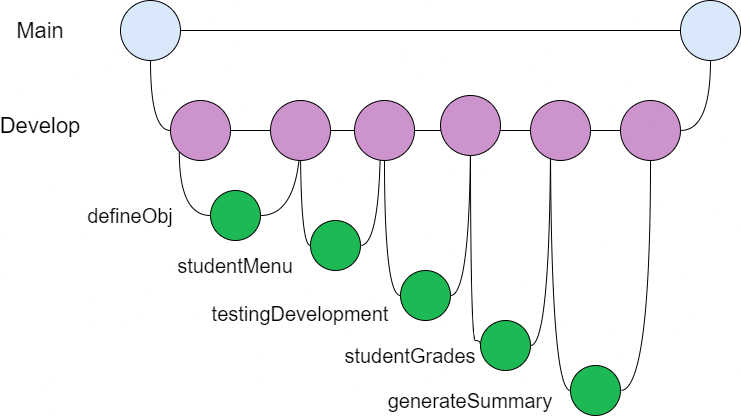
This is images/projectGitflow.png from jamiepowerTUD/DemoSoftwareQuality, a draw.io export, as it was before one commit. Source tidied: cells renumbered, new cells last; positions are measured from the earlier drawing's top-left corner, leaving out a move shared by most shapes. Its diagram source:
```xml
<mxGraphModel>
  <root>
    <mxCell id="0" />
    <mxCell id="1" parent="0" />
    <mxCell id="2" style="edgeStyle=orthogonalEdgeStyle;rounded=0;jettySize=auto;html=1;exitX=1;exitY=0.5;exitDx=0;exitDy=0;entryX=0;entryY=0.5;entryDx=0;entryDy=0;endArrow=none;endFill=0;" parent="1" edge="1" source="4" target="5">
      <mxGeometry relative="1" as="geometry" />
    </mxCell>
    <mxCell id="3" style="edgeStyle=orthogonalEdgeStyle;rounded=0;jettySize=auto;html=1;exitX=0.5;exitY=1;exitDx=0;exitDy=0;entryX=0;entryY=0.5;entryDx=0;entryDy=0;endArrow=none;endFill=0;curved=1;" parent="1" edge="1" source="4" target="8">
      <mxGeometry relative="1" as="geometry" />
    </mxCell>
    <mxCell id="4" style="ellipse;whiteSpace=wrap;html=1;fillColor=#dae8fc;" parent="1" vertex="1">
      <mxGeometry x="120" width="60" height="60" as="geometry" />
    </mxCell>
    <mxCell id="5" style="ellipse;whiteSpace=wrap;html=1;fillColor=#dae8fc;" parent="1" vertex="1">
      <mxGeometry x="680" width="60" height="60" as="geometry" />
    </mxCell>
    <mxCell id="6" style="edgeStyle=orthogonalEdgeStyle;curved=1;rounded=0;jettySize=auto;html=1;exitX=1;exitY=0.5;exitDx=0;exitDy=0;entryX=0;entryY=0.5;entryDx=0;entryDy=0;endArrow=none;endFill=0;startArrow=none;" parent="1" edge="1" source="35" target="10">
      <mxGeometry relative="1" as="geometry" />
    </mxCell>
    <mxCell id="7" style="edgeStyle=orthogonalEdgeStyle;curved=1;rounded=0;jettySize=auto;html=1;exitX=0;exitY=1;exitDx=0;exitDy=0;entryX=0;entryY=0.5;entryDx=0;entryDy=0;fontFamily=Helvetica;endArrow=none;endFill=0;strokeColor=#000000;" parent="1" edge="1" source="8" target="12">
      <mxGeometry relative="1" as="geometry" />
    </mxCell>
    <mxCell id="8" style="ellipse;whiteSpace=wrap;html=1;fillColor=#CC93CC;" parent="1" vertex="1">
      <mxGeometry x="170" y="100" width="60" height="60" as="geometry" />
    </mxCell>
    <mxCell id="9" style="edgeStyle=orthogonalEdgeStyle;curved=1;rounded=0;jettySize=auto;html=1;exitX=1;exitY=0.5;exitDx=0;exitDy=0;entryX=0.5;entryY=1;entryDx=0;entryDy=0;endArrow=none;endFill=0;strokeColor=#000000;" parent="1" edge="1" source="10" target="5">
      <mxGeometry relative="1" as="geometry" />
    </mxCell>
    <mxCell id="10" style="ellipse;whiteSpace=wrap;html=1;fillColor=#CC93CC;" parent="1" vertex="1">
      <mxGeometry x="620" y="100" width="60" height="60" as="geometry" />
    </mxCell>
    <mxCell id="11" style="edgeStyle=orthogonalEdgeStyle;curved=1;rounded=0;jettySize=auto;html=1;exitX=1;exitY=0.5;exitDx=0;exitDy=0;fontFamily=Helvetica;endArrow=none;endFill=0;strokeColor=#000000;" parent="1" edge="1" source="12">
      <mxGeometry relative="1" as="geometry">
        <mxPoint x="300" y="130" as="targetPoint" />
      </mxGeometry>
    </mxCell>
    <mxCell id="12" style="ellipse;whiteSpace=wrap;html=1;fillColor=#1DB954;" parent="1" vertex="1">
      <mxGeometry x="210" y="190" width="50" height="50" as="geometry" />
    </mxCell>
    <mxCell id="13" value="&lt;font style=&quot;font-size: 22px&quot;&gt;&lt;span style=&quot;font-weight: normal&quot;&gt;Main&lt;/span&gt;&lt;/font&gt;" style="text;html=1;strokeColor=none;fillColor=none;align=center;verticalAlign=middle;whiteSpace=wrap;rounded=0;fontFamily=Helvetica;fontStyle=1;" parent="1" vertex="1">
      <mxGeometry y="15" width="80" height="30" as="geometry" />
    </mxCell>
    <mxCell id="14" value="&lt;font style=&quot;font-size: 22px&quot;&gt;&lt;span style=&quot;font-weight: normal&quot;&gt;Develop&lt;/span&gt;&lt;/font&gt;" style="text;html=1;strokeColor=none;fillColor=none;align=center;verticalAlign=middle;whiteSpace=wrap;rounded=0;fontFamily=Helvetica;fontStyle=1;" parent="1" vertex="1">
      <mxGeometry y="110" width="80" height="30" as="geometry" />
    </mxCell>
    <mxCell id="15" value="&lt;font size=&quot;1&quot;&gt;&lt;span style=&quot;font-weight: normal ; font-size: 20px&quot;&gt;defineObj&lt;/span&gt;&lt;/font&gt;" style="text;html=1;strokeColor=none;align=center;verticalAlign=middle;whiteSpace=wrap;rounded=0;fontFamily=Helvetica;fontStyle=1;" parent="1" vertex="1">
      <mxGeometry x="90" y="200" width="80" height="30" as="geometry" />
    </mxCell>
    <mxCell id="16" value="&lt;font size=&quot;1&quot;&gt;&lt;span style=&quot;font-weight: normal ; font-size: 20px&quot;&gt;studentMenu&lt;/span&gt;&lt;/font&gt;" style="text;html=1;strokeColor=none;align=center;verticalAlign=middle;whiteSpace=wrap;rounded=0;fontFamily=Helvetica;fontStyle=1;" parent="1" vertex="1">
      <mxGeometry x="195" y="250" width="80" height="30" as="geometry" />
    </mxCell>
    <mxCell id="17" style="edgeStyle=orthogonalEdgeStyle;curved=1;rounded=0;jettySize=auto;html=1;exitX=1;exitY=0.5;exitDx=0;exitDy=0;fontFamily=Helvetica;endArrow=none;endFill=0;strokeColor=#000000;" parent="1" edge="1" source="19">
      <mxGeometry relative="1" as="geometry">
        <mxPoint x="380" y="130" as="targetPoint" />
      </mxGeometry>
    </mxCell>
    <mxCell id="18" style="edgeStyle=orthogonalEdgeStyle;curved=1;rounded=0;jettySize=auto;html=1;exitX=0;exitY=0.5;exitDx=0;exitDy=0;fontFamily=Helvetica;fontSize=21;endArrow=none;endFill=0;strokeColor=#000000;" parent="1" edge="1" source="19">
      <mxGeometry relative="1" as="geometry">
        <mxPoint x="300" y="140" as="targetPoint" />
        <Array as="points">
          <mxPoint x="300" y="245" />
        </Array>
      </mxGeometry>
    </mxCell>
    <mxCell id="19" style="ellipse;whiteSpace=wrap;html=1;fillColor=#1DB954;" parent="1" vertex="1">
      <mxGeometry x="310" y="220" width="50" height="50" as="geometry" />
    </mxCell>
    <mxCell id="20" style="edgeStyle=orthogonalEdgeStyle;curved=1;rounded=0;jettySize=auto;html=1;exitX=0;exitY=0.5;exitDx=0;exitDy=0;fontFamily=Helvetica;fontSize=21;endArrow=none;endFill=0;strokeColor=#000000;startArrow=none;" parent="1" edge="1" source="38">
      <mxGeometry relative="1" as="geometry">
        <mxPoint x="380" y="130" as="targetPoint" />
      </mxGeometry>
    </mxCell>
    <mxCell id="21" style="edgeStyle=orthogonalEdgeStyle;curved=1;rounded=0;jettySize=auto;html=1;exitX=1;exitY=0.5;exitDx=0;exitDy=0;fontFamily=Helvetica;fontSize=21;endArrow=none;endFill=0;strokeColor=#000000;" parent="1" edge="1" source="22">
      <mxGeometry relative="1" as="geometry">
        <mxPoint x="470" y="130" as="targetPoint" />
      </mxGeometry>
    </mxCell>
    <mxCell id="22" style="ellipse;whiteSpace=wrap;html=1;fillColor=#1DB954;" parent="1" vertex="1">
      <mxGeometry x="400" y="270" width="50" height="50" as="geometry" />
    </mxCell>
    <mxCell id="23" value="&lt;font style=&quot;font-size: 20px&quot;&gt;&lt;span style=&quot;font-weight: normal&quot;&gt;testingDevelopment&lt;br&gt;&lt;br&gt;&lt;/span&gt;&lt;/font&gt;" style="text;html=1;strokeColor=none;align=center;verticalAlign=middle;whiteSpace=wrap;rounded=0;fontFamily=Helvetica;fontStyle=1;fontSize=21;" parent="1" vertex="1">
      <mxGeometry x="260" y="310" width="80" height="30" as="geometry" />
    </mxCell>
    <mxCell id="24" style="edgeStyle=orthogonalEdgeStyle;curved=1;rounded=0;jettySize=auto;html=1;exitX=0;exitY=0.5;exitDx=0;exitDy=0;fontFamily=Helvetica;fontSize=21;endArrow=none;endFill=0;strokeColor=#000000;" parent="1" edge="1" source="26">
      <mxGeometry relative="1" as="geometry">
        <mxPoint x="470" y="140" as="targetPoint" />
        <Array as="points">
          <mxPoint x="470" y="340" />
        </Array>
      </mxGeometry>
    </mxCell>
    <mxCell id="25" style="edgeStyle=orthogonalEdgeStyle;curved=1;rounded=0;jettySize=auto;html=1;exitX=1;exitY=0.5;exitDx=0;exitDy=0;fontFamily=Helvetica;fontSize=21;endArrow=none;endFill=0;strokeColor=#000000;" parent="1" edge="1" source="26">
      <mxGeometry relative="1" as="geometry">
        <mxPoint x="550" y="130" as="targetPoint" />
      </mxGeometry>
    </mxCell>
    <mxCell id="26" style="ellipse;whiteSpace=wrap;html=1;fillColor=#1DB954;" parent="1" vertex="1">
      <mxGeometry x="480" y="320" width="50" height="50" as="geometry" />
    </mxCell>
    <mxCell id="27" value="&lt;font&gt;&lt;span style=&quot;font-weight: 400&quot;&gt;&lt;font style=&quot;font-size: 20px&quot;&gt;studentGrades&lt;/font&gt;&lt;/span&gt;&lt;br style=&quot;font-weight: 400&quot;&gt;&lt;/font&gt;" style="text;html=1;strokeColor=none;align=center;verticalAlign=middle;whiteSpace=wrap;rounded=0;fontFamily=Helvetica;fontStyle=1;fontSize=21;" parent="1" vertex="1">
      <mxGeometry x="370" y="340" width="80" height="30" as="geometry" />
    </mxCell>
    <mxCell id="28" style="edgeStyle=orthogonalEdgeStyle;curved=1;rounded=0;jettySize=auto;html=1;exitX=0;exitY=0.5;exitDx=0;exitDy=0;fontFamily=Helvetica;fontSize=21;endArrow=none;endFill=0;strokeColor=#000000;" parent="1" edge="1" source="30">
      <mxGeometry relative="1" as="geometry">
        <mxPoint x="550" y="130" as="targetPoint" />
      </mxGeometry>
    </mxCell>
    <mxCell id="29" style="edgeStyle=orthogonalEdgeStyle;curved=1;rounded=0;jettySize=auto;html=1;exitX=1;exitY=0.5;exitDx=0;exitDy=0;entryX=0.5;entryY=1;entryDx=0;entryDy=0;fontFamily=Helvetica;fontSize=21;endArrow=none;endFill=0;strokeColor=#000000;" parent="1" edge="1" source="30" target="10">
      <mxGeometry relative="1" as="geometry" />
    </mxCell>
    <mxCell id="30" style="ellipse;whiteSpace=wrap;html=1;fillColor=#1DB954;" parent="1" vertex="1">
      <mxGeometry x="570" y="365" width="50" height="50" as="geometry" />
    </mxCell>
    <mxCell id="31" value="&lt;font&gt;&lt;span style=&quot;font-weight: 400&quot;&gt;&lt;font style=&quot;font-size: 20px&quot;&gt;generateSummary&lt;/font&gt;&lt;/span&gt;&lt;br style=&quot;font-weight: 400&quot;&gt;&lt;/font&gt;" style="text;html=1;strokeColor=none;align=center;verticalAlign=middle;whiteSpace=wrap;rounded=0;fontFamily=Helvetica;fontStyle=1;fontSize=21;" parent="1" vertex="1">
      <mxGeometry x="430" y="385" width="80" height="30" as="geometry" />
    </mxCell>
    <mxCell id="32" style="ellipse;whiteSpace=wrap;html=1;fillColor=#CC93CC;" parent="1" vertex="1">
      <mxGeometry x="270" y="100" width="60" height="60" as="geometry" />
    </mxCell>
    <mxCell id="33" style="edgeStyle=orthogonalEdgeStyle;curved=1;rounded=0;jettySize=auto;html=1;exitX=1;exitY=0.5;exitDx=0;exitDy=0;entryX=0;entryY=0.5;entryDx=0;entryDy=0;endArrow=none;endFill=0;" parent="1" edge="1" source="8" target="32">
      <mxGeometry relative="1" as="geometry" />
    </mxCell>
    <mxCell id="34" style="edgeStyle=orthogonalEdgeStyle;curved=1;rounded=0;jettySize=auto;html=1;exitX=0;exitY=0.5;exitDx=0;exitDy=0;fontFamily=Helvetica;fontSize=21;endArrow=none;endFill=0;strokeColor=#000000;" parent="1" edge="1" source="22" target="38">
      <mxGeometry relative="1" as="geometry">
        <Array as="points">
          <mxPoint x="384" y="295" />
        </Array>
      </mxGeometry>
    </mxCell>
    <mxCell id="35" style="ellipse;whiteSpace=wrap;html=1;fillColor=#CC93CC;" parent="1" vertex="1">
      <mxGeometry x="530" y="100" width="60" height="60" as="geometry" />
    </mxCell>
    <mxCell id="36" style="edgeStyle=orthogonalEdgeStyle;curved=1;rounded=0;jettySize=auto;html=1;exitX=1;exitY=0.5;exitDx=0;exitDy=0;entryX=0;entryY=0.5;entryDx=0;entryDy=0;endArrow=none;endFill=0;startArrow=none;" parent="1" edge="1" source="32" target="35">
      <mxGeometry relative="1" as="geometry" />
    </mxCell>
    <mxCell id="37" style="ellipse;whiteSpace=wrap;html=1;fillColor=#CC93CC;" parent="1" vertex="1">
      <mxGeometry x="440" y="95" width="60" height="60" as="geometry" />
    </mxCell>
    <mxCell id="38" style="ellipse;whiteSpace=wrap;html=1;fillColor=#CC93CC;" parent="1" vertex="1">
      <mxGeometry x="354" y="100" width="60" height="60" as="geometry" />
    </mxCell>
  </root>
</mxGraphModel>
```
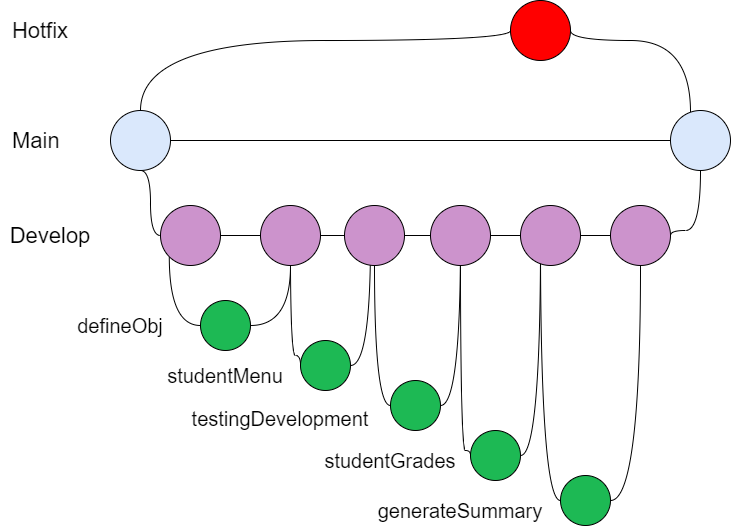
The same file after the commit.

The edit, as a diff of the source:
```diff
@@ -6,8 +6,21 @@
       <mxGeometry relative="1" as="geometry" />
     </mxCell>
     <mxCell id="3" style="edgeStyle=orthogonalEdgeStyle;rounded=0;jettySize=auto;html=1;exitX=0.5;exitY=1;exitDx=0;exitDy=0;entryX=0;entryY=0.5;entryDx=0;entryDy=0;endArrow=none;endFill=0;curved=1;" parent="1" edge="1" source="4" target="8">
-      <mxGeometry relative="1" as="geometry" />
+      <mxGeometry relative="1" as="geometry">
+        <Array as="points">
+          <mxPoint x="160" y="60" />
+          <mxPoint x="160" y="125" />
+        </Array>
+      </mxGeometry>
     </mxCell>
+    <mxCell id="39" style="edgeStyle=orthogonalEdgeStyle;curved=1;rounded=0;jettySize=auto;html=1;exitX=0.5;exitY=0;exitDx=0;exitDy=0;entryX=0;entryY=0.5;entryDx=0;entryDy=0;fontFamily=Helvetica;fontSize=21;fontColor=#000000;endArrow=none;endFill=0;strokeColor=#000000;" parent="1" edge="1" source="4" target="41">
+      <mxGeometry relative="1" as="geometry">
+        <Array as="points">
+          <mxPoint x="150" y="-70" />
+          <mxPoint x="520" y="-70" />
+        </Array>
+      </mxGeometry>
+    </mxCell>
     <mxCell id="4" style="ellipse;whiteSpace=wrap;html=1;fillColor=#dae8fc;" parent="1" vertex="1">
       <mxGeometry x="120" width="60" height="60" as="geometry" />
     </mxCell>
@@ -21,15 +34,20 @@
       <mxGeometry relative="1" as="geometry" />
     </mxCell>
     <mxCell id="8" style="ellipse;whiteSpace=wrap;html=1;fillColor=#CC93CC;" parent="1" vertex="1">
-      <mxGeometry x="170" y="100" width="60" height="60" as="geometry" />
+      <mxGeometry x="170" y="95" width="60" height="60" as="geometry" />
     </mxCell>
     <mxCell id="9" style="edgeStyle=orthogonalEdgeStyle;curved=1;rounded=0;jettySize=auto;html=1;exitX=1;exitY=0.5;exitDx=0;exitDy=0;entryX=0.5;entryY=1;entryDx=0;entryDy=0;endArrow=none;endFill=0;strokeColor=#000000;" parent="1" edge="1" source="10" target="5">
-      <mxGeometry relative="1" as="geometry" />
+      <mxGeometry relative="1" as="geometry">
+        <Array as="points">
+          <mxPoint x="680" y="120" />
+          <mxPoint x="710" y="120" />
+        </Array>
+      </mxGeometry>
     </mxCell>
     <mxCell id="10" style="ellipse;whiteSpace=wrap;html=1;fillColor=#CC93CC;" parent="1" vertex="1">
-      <mxGeometry x="620" y="100" width="60" height="60" as="geometry" />
+      <mxGeometry x="620" y="95" width="60" height="60" as="geometry" />
     </mxCell>
-    <mxCell id="11" style="edgeStyle=orthogonalEdgeStyle;curved=1;rounded=0;jettySize=auto;html=1;exitX=1;exitY=0.5;exitDx=0;exitDy=0;fontFamily=Helvetica;endArrow=none;endFill=0;strokeColor=#000000;" parent="1" edge="1" source="12">
+    <mxCell id="11" style="edgeStyle=orthogonalEdgeStyle;curved=1;rounded=0;jettySize=auto;html=1;exitX=1;exitY=0.5;exitDx=0;exitDy=0;fontFamily=Helvetica;endArrow=none;endFill=0;strokeColor=#000000;startArrow=none;" parent="1" edge="1" source="32">
       <mxGeometry relative="1" as="geometry">
         <mxPoint x="300" y="130" as="targetPoint" />
       </mxGeometry>
@@ -37,11 +55,11 @@
     <mxCell id="12" style="ellipse;whiteSpace=wrap;html=1;fillColor=#1DB954;" parent="1" vertex="1">
       <mxGeometry x="210" y="190" width="50" height="50" as="geometry" />
     </mxCell>
-    <mxCell id="13" value="&lt;font style=&quot;font-size: 22px&quot;&gt;&lt;span style=&quot;font-weight: normal&quot;&gt;Main&lt;/span&gt;&lt;/font&gt;" style="text;html=1;strokeColor=none;fillColor=none;align=center;verticalAlign=middle;whiteSpace=wrap;rounded=0;fontFamily=Helvetica;fontStyle=1;" parent="1" vertex="1">
-      <mxGeometry y="15" width="80" height="30" as="geometry" />
+    <mxCell id="13" value="&lt;font style=&quot;font-size: 22px&quot;&gt;&lt;span style=&quot;font-weight: normal&quot;&gt;Main&lt;/span&gt;&lt;/font&gt;" style="text;html=1;strokeColor=none;fillColor=none;align=left;verticalAlign=middle;whiteSpace=wrap;rounded=0;fontFamily=Helvetica;fontStyle=1;" parent="1" vertex="1">
+      <mxGeometry x="20" y="15" width="80" height="30" as="geometry" />
     </mxCell>
     <mxCell id="14" value="&lt;font style=&quot;font-size: 22px&quot;&gt;&lt;span style=&quot;font-weight: normal&quot;&gt;Develop&lt;/span&gt;&lt;/font&gt;" style="text;html=1;strokeColor=none;fillColor=none;align=center;verticalAlign=middle;whiteSpace=wrap;rounded=0;fontFamily=Helvetica;fontStyle=1;" parent="1" vertex="1">
-      <mxGeometry y="110" width="80" height="30" as="geometry" />
+      <mxGeometry x="20" y="110" width="80" height="30" as="geometry" />
     </mxCell>
     <mxCell id="15" value="&lt;font size=&quot;1&quot;&gt;&lt;span style=&quot;font-weight: normal ; font-size: 20px&quot;&gt;defineObj&lt;/span&gt;&lt;/font&gt;" style="text;html=1;strokeColor=none;align=center;verticalAlign=middle;whiteSpace=wrap;rounded=0;fontFamily=Helvetica;fontStyle=1;" parent="1" vertex="1">
       <mxGeometry x="90" y="200" width="80" height="30" as="geometry" />
@@ -63,7 +81,7 @@
       </mxGeometry>
     </mxCell>
     <mxCell id="19" style="ellipse;whiteSpace=wrap;html=1;fillColor=#1DB954;" parent="1" vertex="1">
-      <mxGeometry x="310" y="220" width="50" height="50" as="geometry" />
+      <mxGeometry x="310" y="230" width="50" height="50" as="geometry" />
     </mxCell>
     <mxCell id="20" style="edgeStyle=orthogonalEdgeStyle;curved=1;rounded=0;jettySize=auto;html=1;exitX=0;exitY=0.5;exitDx=0;exitDy=0;fontFamily=Helvetica;fontSize=21;endArrow=none;endFill=0;strokeColor=#000000;startArrow=none;" parent="1" edge="1" source="38">
       <mxGeometry relative="1" as="geometry">
@@ -79,7 +97,7 @@
       <mxGeometry x="400" y="270" width="50" height="50" as="geometry" />
     </mxCell>
     <mxCell id="23" value="&lt;font style=&quot;font-size: 20px&quot;&gt;&lt;span style=&quot;font-weight: normal&quot;&gt;testingDevelopment&lt;br&gt;&lt;br&gt;&lt;/span&gt;&lt;/font&gt;" style="text;html=1;strokeColor=none;align=center;verticalAlign=middle;whiteSpace=wrap;rounded=0;fontFamily=Helvetica;fontStyle=1;fontSize=21;" parent="1" vertex="1">
-      <mxGeometry x="260" y="310" width="80" height="30" as="geometry" />
+      <mxGeometry x="250" y="305" width="80" height="30" as="geometry" />
     </mxCell>
     <mxCell id="24" style="edgeStyle=orthogonalEdgeStyle;curved=1;rounded=0;jettySize=auto;html=1;exitX=0;exitY=0.5;exitDx=0;exitDy=0;fontFamily=Helvetica;fontSize=21;endArrow=none;endFill=0;strokeColor=#000000;" parent="1" edge="1" source="26">
       <mxGeometry relative="1" as="geometry">
@@ -98,7 +116,7 @@
       <mxGeometry x="480" y="320" width="50" height="50" as="geometry" />
     </mxCell>
     <mxCell id="27" value="&lt;font&gt;&lt;span style=&quot;font-weight: 400&quot;&gt;&lt;font style=&quot;font-size: 20px&quot;&gt;studentGrades&lt;/font&gt;&lt;/span&gt;&lt;br style=&quot;font-weight: 400&quot;&gt;&lt;/font&gt;" style="text;html=1;strokeColor=none;align=center;verticalAlign=middle;whiteSpace=wrap;rounded=0;fontFamily=Helvetica;fontStyle=1;fontSize=21;" parent="1" vertex="1">
-      <mxGeometry x="370" y="340" width="80" height="30" as="geometry" />
+      <mxGeometry x="360" y="335" width="80" height="30" as="geometry" />
     </mxCell>
     <mxCell id="28" style="edgeStyle=orthogonalEdgeStyle;curved=1;rounded=0;jettySize=auto;html=1;exitX=0;exitY=0.5;exitDx=0;exitDy=0;fontFamily=Helvetica;fontSize=21;endArrow=none;endFill=0;strokeColor=#000000;" parent="1" edge="1" source="30">
       <mxGeometry relative="1" as="geometry">
@@ -114,9 +132,6 @@
     <mxCell id="31" value="&lt;font&gt;&lt;span style=&quot;font-weight: 400&quot;&gt;&lt;font style=&quot;font-size: 20px&quot;&gt;generateSummary&lt;/font&gt;&lt;/span&gt;&lt;br style=&quot;font-weight: 400&quot;&gt;&lt;/font&gt;" style="text;html=1;strokeColor=none;align=center;verticalAlign=middle;whiteSpace=wrap;rounded=0;fontFamily=Helvetica;fontStyle=1;fontSize=21;" parent="1" vertex="1">
       <mxGeometry x="430" y="385" width="80" height="30" as="geometry" />
     </mxCell>
-    <mxCell id="32" style="ellipse;whiteSpace=wrap;html=1;fillColor=#CC93CC;" parent="1" vertex="1">
-      <mxGeometry x="270" y="100" width="60" height="60" as="geometry" />
-    </mxCell>
     <mxCell id="33" style="edgeStyle=orthogonalEdgeStyle;curved=1;rounded=0;jettySize=auto;html=1;exitX=1;exitY=0.5;exitDx=0;exitDy=0;entryX=0;entryY=0.5;entryDx=0;entryDy=0;endArrow=none;endFill=0;" parent="1" edge="1" source="8" target="32">
       <mxGeometry relative="1" as="geometry" />
     </mxCell>
@@ -128,7 +143,7 @@
       </mxGeometry>
     </mxCell>
     <mxCell id="35" style="ellipse;whiteSpace=wrap;html=1;fillColor=#CC93CC;" parent="1" vertex="1">
-      <mxGeometry x="530" y="100" width="60" height="60" as="geometry" />
+      <mxGeometry x="530" y="95" width="60" height="60" as="geometry" />
     </mxCell>
     <mxCell id="36" style="edgeStyle=orthogonalEdgeStyle;curved=1;rounded=0;jettySize=auto;html=1;exitX=1;exitY=0.5;exitDx=0;exitDy=0;entryX=0;entryY=0.5;entryDx=0;entryDy=0;endArrow=none;endFill=0;startArrow=none;" parent="1" edge="1" source="32" target="35">
       <mxGeometry relative="1" as="geometry" />
@@ -137,7 +152,27 @@
       <mxGeometry x="440" y="95" width="60" height="60" as="geometry" />
     </mxCell>
     <mxCell id="38" style="ellipse;whiteSpace=wrap;html=1;fillColor=#CC93CC;" parent="1" vertex="1">
-      <mxGeometry x="354" y="100" width="60" height="60" as="geometry" />
+      <mxGeometry x="354" y="95" width="60" height="60" as="geometry" />
     </mxCell>
+    <mxCell id="40" style="edgeStyle=orthogonalEdgeStyle;curved=1;rounded=0;jettySize=auto;html=1;exitX=1;exitY=0.5;exitDx=0;exitDy=0;fontFamily=Helvetica;fontSize=21;fontColor=#000000;endArrow=none;endFill=0;strokeColor=#000000;" parent="1" edge="1" source="41" target="5">
+      <mxGeometry relative="1" as="geometry">
+        <Array as="points">
+          <mxPoint x="580" y="-70" />
+          <mxPoint x="700" y="-70" />
+        </Array>
+      </mxGeometry>
+    </mxCell>
+    <mxCell id="41" style="ellipse;whiteSpace=wrap;html=1;fillColor=#FF0000;" parent="1" vertex="1">
+      <mxGeometry x="520" y="-110" width="60" height="60" as="geometry" />
+    </mxCell>
+    <mxCell id="42" value="&lt;font style=&quot;font-size: 22px&quot;&gt;&lt;span style=&quot;font-weight: normal&quot;&gt;Hotfix&lt;/span&gt;&lt;/font&gt;" style="text;html=1;strokeColor=none;fillColor=none;align=center;verticalAlign=middle;whiteSpace=wrap;rounded=0;fontFamily=Helvetica;fontStyle=1;" parent="1" vertex="1">
+      <mxGeometry x="10" y="-95" width="80" height="30" as="geometry" />
+    </mxCell>
+    <mxCell id="32" style="ellipse;whiteSpace=wrap;html=1;fillColor=#CC93CC;" parent="1" vertex="1">
+      <mxGeometry x="270" y="95" width="60" height="60" as="geometry" />
+    </mxCell>
+    <mxCell id="43" style="edgeStyle=orthogonalEdgeStyle;curved=1;rounded=0;jettySize=auto;html=1;exitX=1;exitY=0.5;exitDx=0;exitDy=0;fontFamily=Helvetica;endArrow=none;endFill=0;strokeColor=#000000;" parent="1" edge="1" source="12" target="32">
+      <mxGeometry relative="1" as="geometry" />
+    </mxCell>
   </root>
 </mxGraphModel>
```
